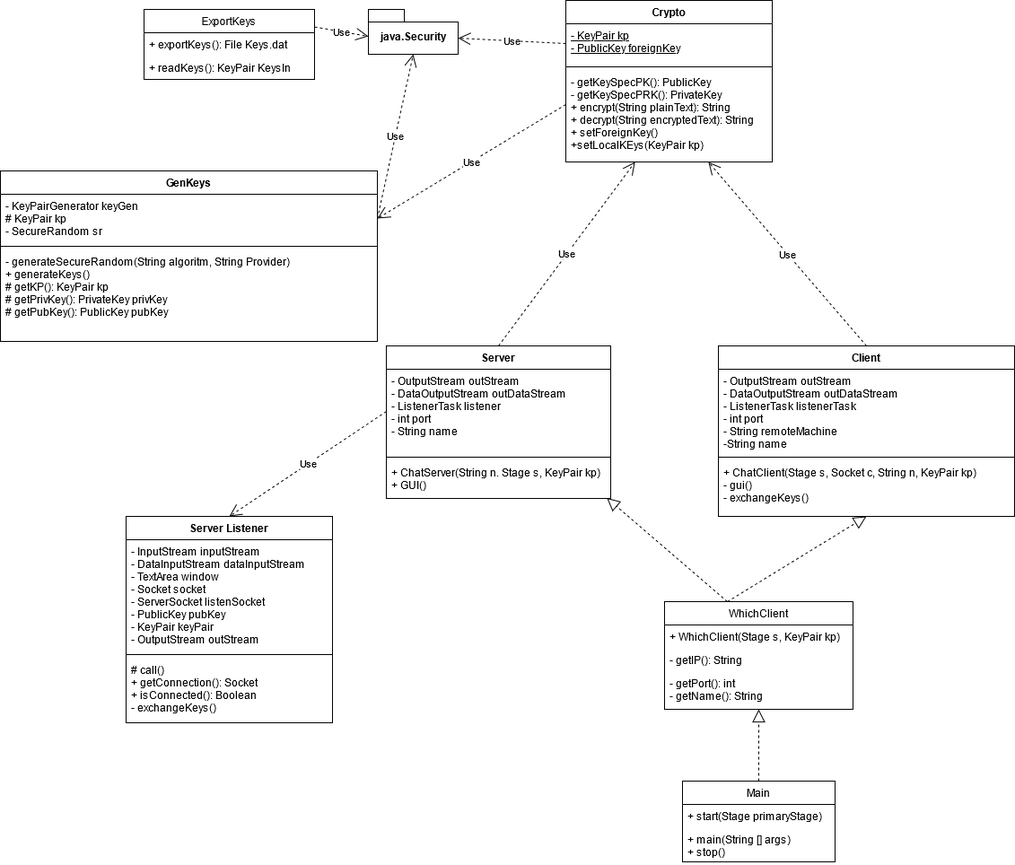
Proff-Dev-Grp13-SMS/SecureMessagingService keeps this draw.io diagram as Planning/UML-Rev4.png. Above is the earlier version. Source tidied: cells renumbered, new cells last; positions are measured from the earlier drawing's top-left corner, leaving out a move shared by most shapes.
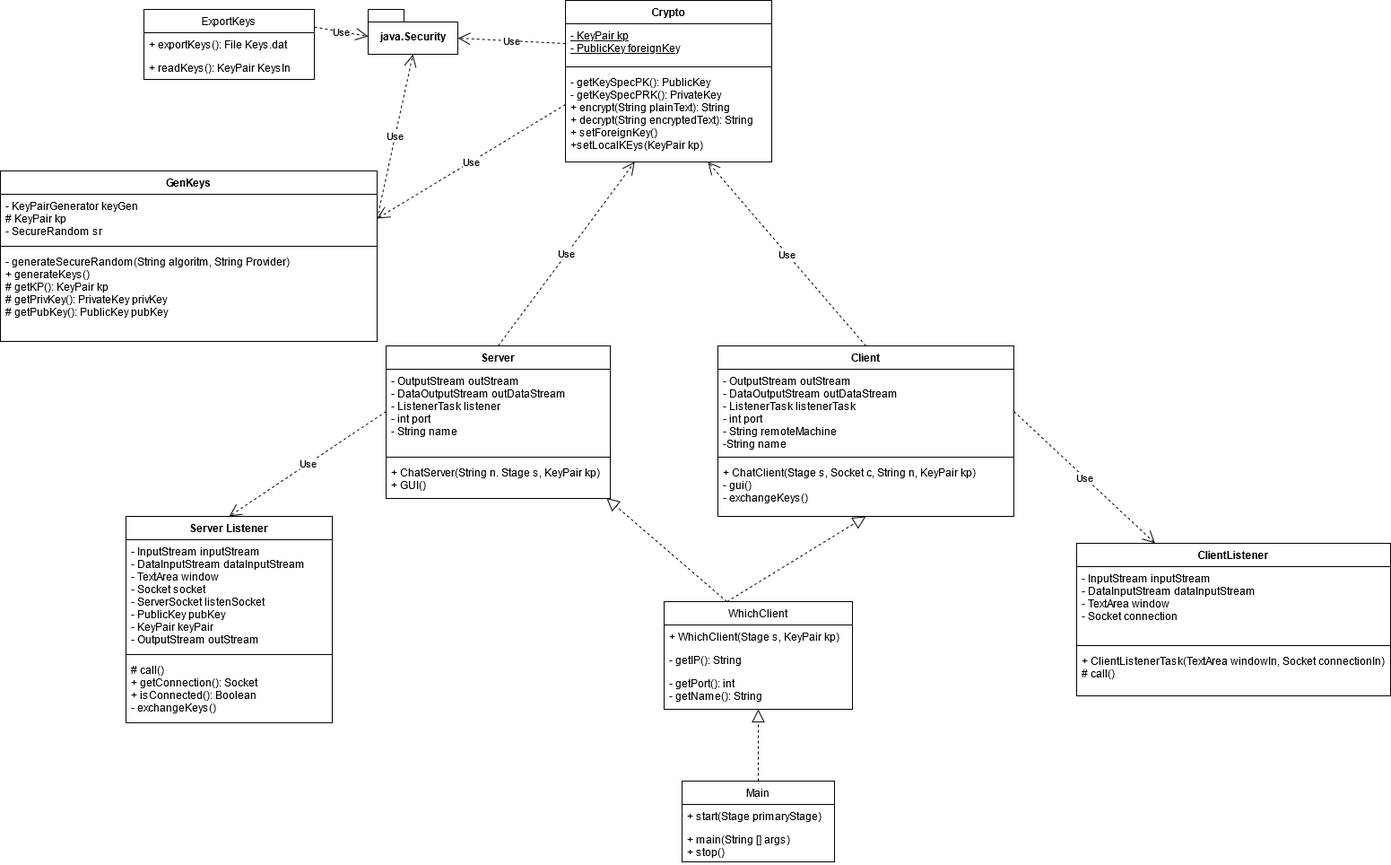
Above is the later version.

What changed in the source:
```diff
@@ -133,5 +133,20 @@
     <mxCell id="42" value="Use" style="endArrow=open;endSize=12;dashed=1;html=1;entryX=0.5;entryY=0;entryDx=0;entryDy=0;exitX=0;exitY=0.5;exitDx=0;exitDy=0;" parent="1" edge="1" source="7" target="38">
       <mxGeometry relative="1" as="geometry" />
     </mxCell>
+    <mxCell id="43" value="ClientListener" style="swimlane;fontStyle=1;align=center;verticalAlign=top;horizontal=1;startSize=26;" parent="1" vertex="1">
+      <mxGeometry x="1200" y="605" width="350" height="170" as="geometry" />
+    </mxCell>
+    <mxCell id="44" value="- InputStream inputStream&#10;- DataInputStream dataInputStream&#10;- TextArea window&#10;- Socket connection&#10;" style="text;strokeColor=none;fillColor=none;align=left;verticalAlign=top;spacingLeft=4;spacingRight=4;overflow=hidden;" parent="43" vertex="1">
+      <mxGeometry y="26" width="350" height="84" as="geometry" />
+    </mxCell>
+    <mxCell id="45" style="line;strokeWidth=1;fillColor=none;align=left;verticalAlign=middle;spacingTop=-1;spacingLeft=3;spacingRight=3;labelPosition=right;" parent="43" vertex="1">
+      <mxGeometry y="110" width="350" height="8" as="geometry" />
+    </mxCell>
+    <mxCell id="46" value="+ ClientListenerTask(TextArea windowIn, Socket connectionIn)&#10;# call()&#10;" style="text;strokeColor=none;fillColor=none;align=left;verticalAlign=top;spacingLeft=4;spacingRight=4;overflow=hidden;" parent="43" vertex="1">
+      <mxGeometry y="118" width="350" height="52" as="geometry" />
+    </mxCell>
+    <mxCell id="47" value="Use" style="endArrow=open;endSize=12;dashed=1;html=1;exitX=1;exitY=0.5;exitDx=0;exitDy=0;entryX=0.25;entryY=0;entryDx=0;entryDy=0;" parent="1" edge="1" source="11" target="43">
+      <mxGeometry relative="1" as="geometry" />
+    </mxCell>
   </root>
 </mxGraphModel>
```
